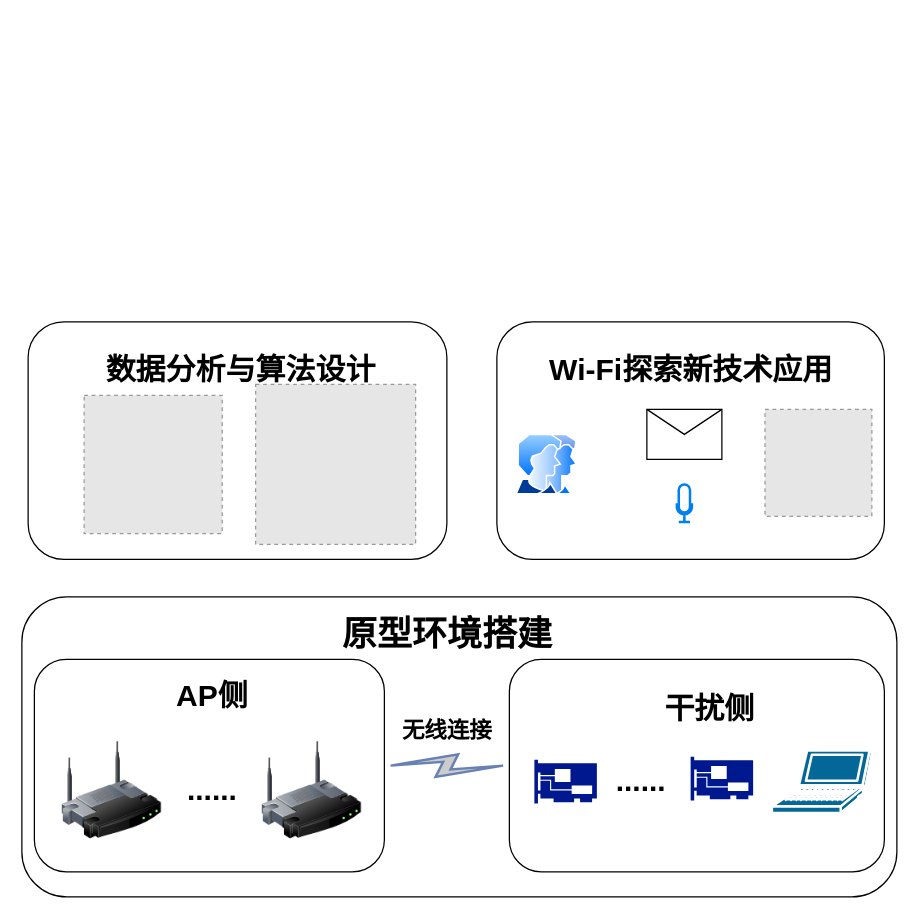
Earlier version of the draw.io diagram 项目组整体框图.drawio (zeandon/draw.io). Source tidied: cells renumbered, new cells numbered last; positions are measured from the earlier drawing's top-left corner, leaving out a move shared by most shapes. Both pictures are drawn from the tidied source at 125%, with x=0, y=0 at pixel (21, 321). Pictures stored in the file or linked from it are replaced by grey dashed boxes.
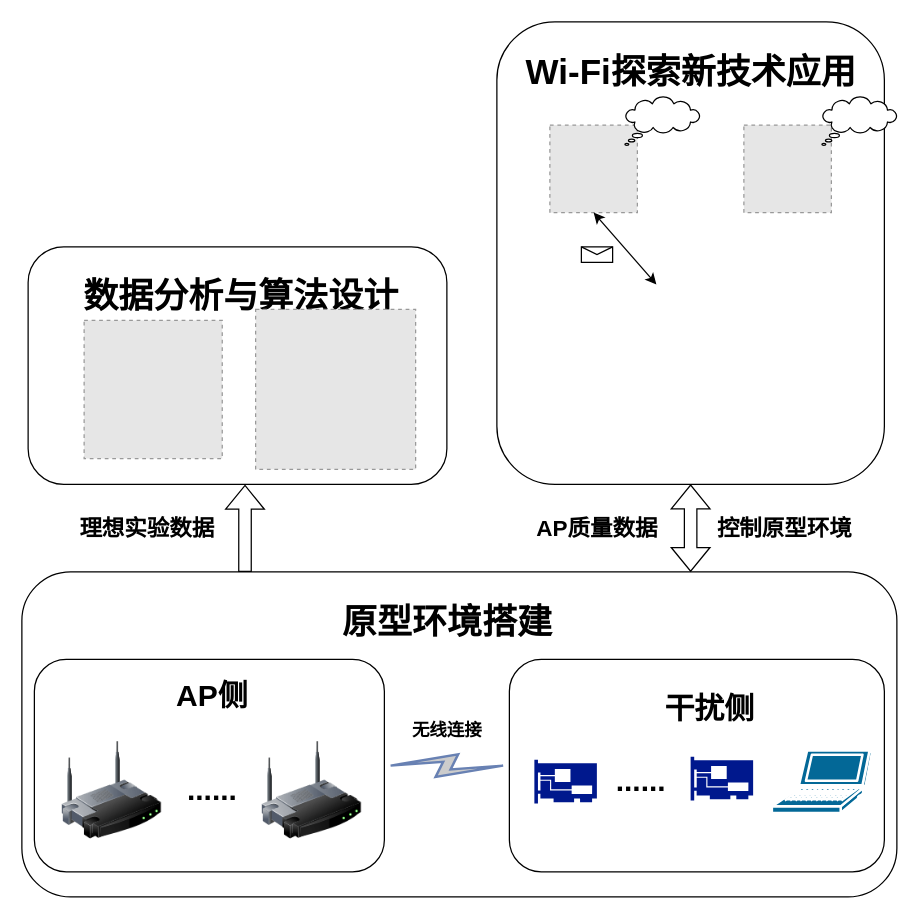
The same page after the edit.

Commit message (it also covers changes not shown here):
更新项目组整体框图.drawio

Diff of the diagram source:
```diff
@@
     <mxCell id="2" style="rounded=1;whiteSpace=wrap;html=1;" parent="1" vertex="1">
-      <mxGeometry x="380" width="310" height="190" as="geometry" />
+      <mxGeometry x="380" y="-240" width="310" height="370" as="geometry" />
     </mxCell>
     <mxCell id="3" style="rounded=1;whiteSpace=wrap;html=1;" parent="1" vertex="1">
-      <mxGeometry x="5" width="335" height="190" as="geometry" />
+      <mxGeometry x="5" y="-60" width="335" height="190" as="geometry" />
     </mxCell>
     <mxCell id="4" style="rounded=1;whiteSpace=wrap;html=1;" parent="1" vertex="1">
-      <mxGeometry y="220" width="700" height="240" as="geometry" />
+      <mxGeometry y="200" width="700" height="260" as="geometry" />
     </mxCell>
@@
     <mxCell id="12" value="原型环境搭建" style="text;strokeColor=none;fillColor=none;html=1;fontSize=28;fontStyle=1;verticalAlign=middle;align=center;" parent="1" vertex="1">
-      <mxGeometry x="235" y="230" width="210" height="40" as="geometry" />
+      <mxGeometry x="235" y="220" width="210" height="40" as="geometry" />
     </mxCell>
-    <mxCell id="13" value="数据分析与算法设计" style="text;strokeColor=none;fillColor=none;html=1;fontSize=24;fontStyle=1;verticalAlign=middle;align=center;" parent="1" vertex="1">
-      <mxGeometry x="60" y="18.8" width="230" height="40" as="geometry" />
+    <mxCell id="13" value="数据分析与算法设计" style="text;strokeColor=none;fillColor=none;html=1;fontSize=28;fontStyle=1;verticalAlign=middle;align=center;" parent="1" vertex="1">
+      <mxGeometry x="60" y="-41.2" width="230" height="40" as="geometry" />
     </mxCell>
-    <mxCell id="14" value="Wi-Fi探索新技术应用" style="text;strokeColor=none;fillColor=none;html=1;fontSize=24;fontStyle=1;verticalAlign=middle;align=center;" parent="1" vertex="1">
-      <mxGeometry x="405" y="18.8" width="260" height="40" as="geometry" />
+    <mxCell id="14" value="Wi-Fi探索新技术应用" style="text;strokeColor=none;fillColor=none;html=1;fontSize=28;fontStyle=1;verticalAlign=middle;align=center;" parent="1" vertex="1">
+      <mxGeometry x="405" y="-220" width="260" height="40" as="geometry" />
     </mxCell>
     <mxCell id="15" style="fillColor=#E6E6E6;strokeColor=#999999;dashed=1;html=1;verticalAlign=top;verticalLabelPosition=bottom;labelBackgroundColor=#ffffff;" parent="1" vertex="1">
-      <mxGeometry x="49.8" y="58.8" width="110.5" height="110.5" as="geometry" />
+      <mxGeometry x="49.8" y="-1.2" width="110.5" height="110.5" as="geometry" />
     </mxCell>
     <mxCell id="16" style="fillColor=#E6E6E6;strokeColor=#999999;dashed=1;html=1;verticalAlign=top;verticalLabelPosition=bottom;labelBackgroundColor=#ffffff;" parent="1" vertex="1">
-      <mxGeometry x="187" y="50" width="128" height="128" as="geometry" />
+      <mxGeometry x="187" y="-10" width="128" height="128" as="geometry" />
     </mxCell>
-    <mxCell id="17" style="image;perimeter=ellipsePerimeter;html=1;align=center;shadow=0;dashed=0;spacingTop=3;image=img/lib/active_directory/user_accounts.svg;" parent="1" vertex="1">
-      <mxGeometry x="395" y="90" width="50" height="48.5" as="geometry" />
-    </mxCell>
     <mxCell id="18" style="fillColor=#E6E6E6;strokeColor=#999999;dashed=1;html=1;verticalAlign=top;verticalLabelPosition=bottom;labelBackgroundColor=#ffffff;" parent="1" vertex="1">
-      <mxGeometry x="594.5" y="70" width="85.5" height="85.5" as="geometry" />
+      <mxGeometry x="577.6" y="-157.4" width="70" height="70" as="geometry" />
     </mxCell>
-    <mxCell id="19" style="html=1;verticalLabelPosition=bottom;align=center;labelBackgroundColor=#ffffff;verticalAlign=top;strokeWidth=2;strokeColor=#0080F0;shadow=0;dashed=0;shape=mxgraph.ios7.icons.microphone;" parent="1" vertex="1">
-      <mxGeometry x="524" y="130" width="12" height="30" as="geometry" />
-    </mxCell>
-    <mxCell id="20" style="shape=message;html=1;html=1;labelPosition=center;verticalLabelPosition=bottom;align=center;verticalAlign=top;" parent="1" vertex="1">
-      <mxGeometry x="500" y="70" width="60" height="40" as="geometry" />
-    </mxCell>
@@
-    <mxCell id="26" value="无线连接" style="text;strokeColor=none;fillColor=none;html=1;fontSize=18;fontStyle=1;verticalAlign=middle;align=center;" parent="1" vertex="1">
-      <mxGeometry x="290" y="311" width="100" height="32.2" as="geometry" />
+    <mxCell id="26" value="无线连接" style="text;strokeColor=none;fillColor=none;html=1;fontSize=14;fontStyle=1;verticalAlign=middle;align=center;" parent="1" vertex="1">
+      <mxGeometry x="290" y="310.5" width="100" height="32.2" as="geometry" />
     </mxCell>
+    <mxCell id="27" style="shape=flexArrow;endArrow=classic;startArrow=classic;html=1;rounded=0;entryX=0.5;entryY=1;entryDx=0;entryDy=0;" parent="1" edge="1" target="2">
+      <mxGeometry relative="1" as="geometry">
+        <mxPoint x="535" y="200" as="sourcePoint" />
+      </mxGeometry>
+    </mxCell>
+    <mxCell id="28" style="shape=flexArrow;endArrow=classic;html=1;rounded=0;entryX=0.518;entryY=1.002;entryDx=0;entryDy=0;entryPerimeter=0;exitX=0.255;exitY=0;exitDx=0;exitDy=0;exitPerimeter=0;" parent="1" edge="1" source="4" target="3">
+      <mxGeometry relative="1" as="geometry" />
+    </mxCell>
+    <mxCell id="29" value="理想实验数据" style="text;strokeColor=none;fillColor=none;html=1;fontSize=18;fontStyle=1;verticalAlign=middle;align=center;" parent="1" vertex="1">
+      <mxGeometry x="40" y="150" width="120.2" height="32.2" as="geometry" />
+    </mxCell>
+    <mxCell id="30" value="控制原型环境" style="text;strokeColor=none;fillColor=none;html=1;fontSize=18;fontStyle=1;verticalAlign=middle;align=center;" parent="1" vertex="1">
+      <mxGeometry x="550" y="150" width="120.2" height="32.2" as="geometry" />
+    </mxCell>
+    <mxCell id="31" style="fillColor=#E6E6E6;strokeColor=#999999;dashed=1;html=1;verticalAlign=top;verticalLabelPosition=bottom;labelBackgroundColor=#ffffff;" parent="1" vertex="1">
+      <mxGeometry x="422.4" y="-157.4" width="70" height="70" as="geometry" />
+    </mxCell>
+    <mxCell id="32" value="AP质量数据" style="text;strokeColor=none;fillColor=none;html=1;fontSize=18;fontStyle=1;verticalAlign=middle;align=center;" parent="1" vertex="1">
+      <mxGeometry x="400" y="150" width="120.2" height="32.2" as="geometry" />
+    </mxCell>
+    <mxCell id="33" style="whiteSpace=wrap;html=1;shape=mxgraph.basic.cloud_callout;" parent="1" vertex="1">
+      <mxGeometry x="482.4" y="-180" width="60" height="38.8" as="geometry" />
+    </mxCell>
+    <mxCell id="34" style="endArrow=classic;startArrow=classic;html=1;rounded=0;entryX=0;entryY=0.5;entryDx=0;entryDy=0;exitX=0.5;exitY=1;exitDx=0;exitDy=0;" parent="1" edge="1" source="31">
+      <mxGeometry relative="1" as="geometry">
+        <mxPoint x="507.6" y="-30" as="targetPoint" />
+      </mxGeometry>
+    </mxCell>
+    <mxCell id="35" style="shape=message;html=1;html=1;labelPosition=center;verticalLabelPosition=bottom;align=center;verticalAlign=top;" parent="1" vertex="1">
+      <mxGeometry x="447.6" y="-60" width="25" height="12.4" as="geometry" />
+    </mxCell>
+    <mxCell id="36" style="whiteSpace=wrap;html=1;shape=mxgraph.basic.cloud_callout;" parent="1" vertex="1">
+      <mxGeometry x="640" y="-180" width="60" height="38.8" as="geometry" />
+    </mxCell>
```
